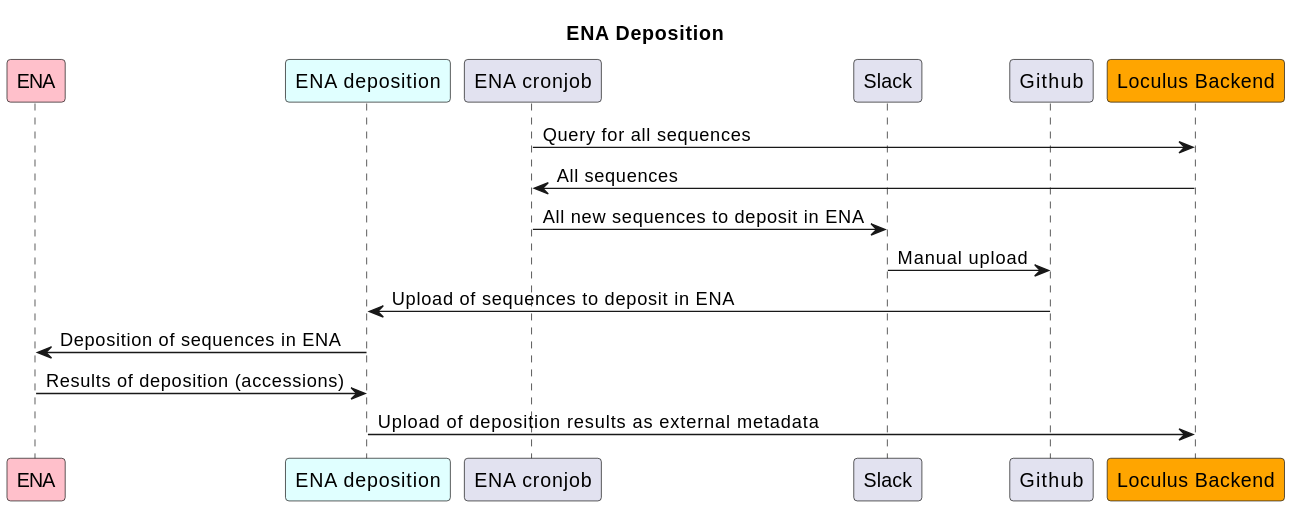
Above: architecture_docs/plantuml/06_ena_deposition.svg in loculus-project/loculus (PlantUML), before the change.
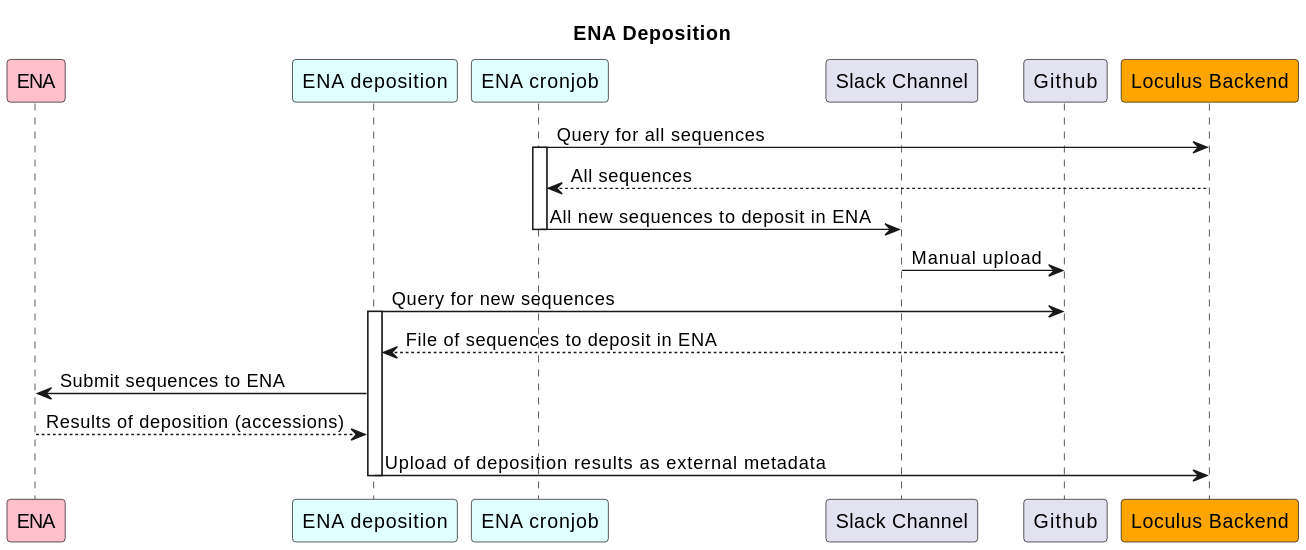
Above is the later version.

What changed in the source:
```diff
@@ -3,17 +3,23 @@
 
 participant "ENA" as ena #Pink
 participant "ENA deposition" as deposition #LightCyan
-participant "ENA cronjob" as enacronjob
-participant "Slack" as slack
+participant "ENA cronjob" as enacronjob #LightCyan
+participant "Slack Channel" as slack
 participant "Github" as github
 participant "Loculus Backend" as backend #Orange
 
 enacronjob -> backend: Query for all sequences
-backend -> enacronjob: All sequences
+activate enacronjob
+backend --> enacronjob: All sequences
 enacronjob -> slack: All new sequences to deposit in ENA
+deactivate enacronjob
 slack -> github: Manual upload
-github -> deposition: Upload of sequences to deposit in ENA
-deposition -> ena: Deposition of sequences in ENA
-ena -> deposition: Results of deposition (accessions)
+
+deposition -> github: Query for new sequences
+activate deposition
+github --> deposition: File of sequences to deposit in ENA
+deposition -> ena: Submit sequences to ENA
+ena --> deposition: Results of deposition (accessions)
 deposition -> backend: Upload of deposition results as external metadata
+deactivate deposition
 @enduml
```
